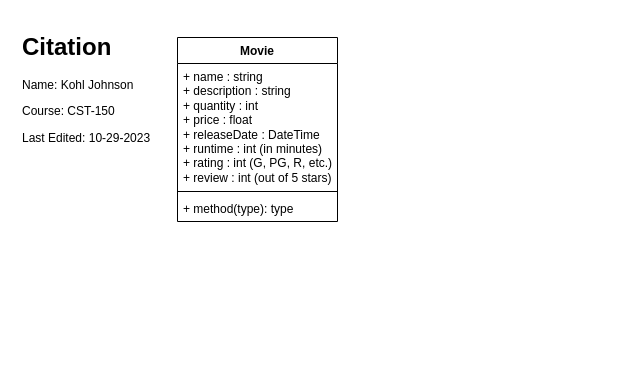
The draw.io diagram CST-150 (C#)/Designs/ClassUMLs.drawio in Kohl2233/KohlGCU, before the edit. Source tidied: cells renumbered, new cells numbered last; positions are measured from the earlier drawing's top-left corner, leaving out a move shared by most shapes. Both pictures are drawn from the tidied source at 100%, with x=0, y=0 at pixel (17, 27).
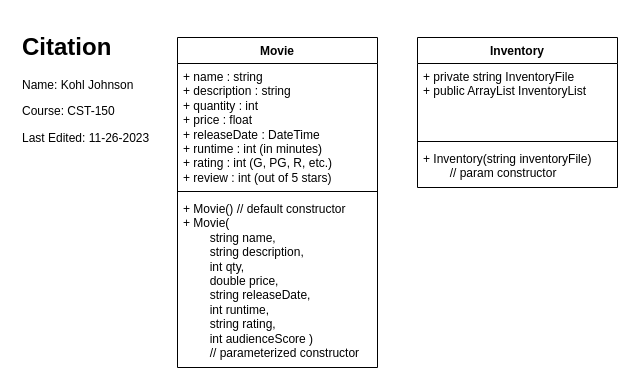
Above is the later version.

Change to the diagram source:
```diff
@@
 <mxGraphModel>
   <root>
     <mxCell id="0" />
     <mxCell id="1" parent="0" />
     <mxCell id="2" value="Movie" style="swimlane;fontStyle=1;align=center;verticalAlign=top;horizontal=1;startSize=26;whiteSpace=wrap;html=1;" parent="1" vertex="1">
-      <mxGeometry x="160" y="10" width="160" height="184" as="geometry" />
+      <mxGeometry x="160" y="10" width="200" height="330" as="geometry" />
     </mxCell>
     <mxCell id="3" value="+ name : string&lt;br&gt;+ description : string&lt;br&gt;+ quantity : int&lt;br&gt;+ price : float&lt;br&gt;+ releaseDate : DateTime&lt;br&gt;+ runtime : int (in minutes)&lt;br&gt;+ rating : int (G, PG, R, etc.)&lt;br&gt;+ review : int (out of 5 stars)" style="text;strokeColor=none;fillColor=none;align=left;verticalAlign=top;spacingLeft=4;spacingRight=4;overflow=hidden;whiteSpace=wrap;html=1;" parent="2" vertex="1">
-      <mxGeometry y="26" width="160" height="124" as="geometry" />
+      <mxGeometry y="26" width="200" height="124" as="geometry" />
     </mxCell>
     <mxCell id="4" style="line;strokeWidth=1;fillColor=none;align=left;verticalAlign=middle;spacingTop=-1;spacingLeft=3;spacingRight=3;labelPosition=right;strokeColor=inherit;" parent="2" vertex="1">
-      <mxGeometry y="150" width="160" height="8" as="geometry" />
+      <mxGeometry y="150" width="200" height="8" as="geometry" />
     </mxCell>
-    <mxCell id="5" value="+ method(type): type" style="text;strokeColor=none;fillColor=none;align=left;verticalAlign=top;spacingLeft=4;spacingRight=4;overflow=hidden;whiteSpace=wrap;html=1;" parent="2" vertex="1">
-      <mxGeometry y="158" width="160" height="26" as="geometry" />
+    <mxCell id="5" value="+ Movie() // default constructor&lt;br&gt;+ Movie(&lt;br&gt;&lt;span style=&quot;white-space: pre;&quot;&gt;&#9;&lt;/span&gt;string name,&lt;br&gt;&lt;span style=&quot;white-space: pre;&quot;&gt;&#9;&lt;/span&gt;string description,&lt;br&gt;&lt;span style=&quot;white-space: pre;&quot;&gt;&#9;&lt;/span&gt;int qty,&lt;br&gt;&lt;span style=&quot;white-space: pre;&quot;&gt;&#9;&lt;/span&gt;double price,&lt;br&gt;&lt;span style=&quot;white-space: pre;&quot;&gt;&#9;&lt;/span&gt;string releaseDate,&lt;br&gt;&lt;span style=&quot;white-space: pre;&quot;&gt;&#9;&lt;/span&gt;int runtime,&lt;br&gt;&lt;span style=&quot;white-space: pre;&quot;&gt;&#9;&lt;/span&gt;string rating,&lt;br&gt;&lt;span style=&quot;white-space: pre;&quot;&gt;&#9;&lt;/span&gt;int audienceScore )&lt;br&gt;&lt;span style=&quot;white-space: pre;&quot;&gt;&#9;&lt;/span&gt;// parameterized constructor" style="text;strokeColor=none;fillColor=none;align=left;verticalAlign=top;spacingLeft=4;spacingRight=4;overflow=hidden;whiteSpace=wrap;html=1;" parent="2" vertex="1">
+      <mxGeometry y="158" width="200" height="172" as="geometry" />
     </mxCell>
-    <mxCell id="6" value="&lt;h1 style=&quot;border-color: var(--border-color);&quot;&gt;Citation&lt;/h1&gt;&lt;h1&gt;&lt;p style=&quot;border-color: var(--border-color); font-size: 12px; font-weight: 400;&quot;&gt;Name: Kohl Johnson&lt;/p&gt;&lt;p style=&quot;border-color: var(--border-color); font-size: 12px; font-weight: 400;&quot;&gt;Course: CST-150&lt;/p&gt;&lt;p style=&quot;border-color: var(--border-color); font-size: 12px; font-weight: 400;&quot;&gt;Last Edited: 10-29-2023&lt;/p&gt;&lt;/h1&gt;" style="text;html=1;strokeColor=none;fillColor=none;spacing=5;spacingTop=-20;whiteSpace=wrap;overflow=hidden;rounded=0;" parent="1" vertex="1">
+    <mxCell id="6" value="&lt;h1 style=&quot;border-color: var(--border-color);&quot;&gt;Citation&lt;/h1&gt;&lt;h1&gt;&lt;p style=&quot;border-color: var(--border-color); font-size: 12px; font-weight: 400;&quot;&gt;Name: Kohl Johnson&lt;/p&gt;&lt;p style=&quot;border-color: var(--border-color); font-size: 12px; font-weight: 400;&quot;&gt;Course: CST-150&lt;/p&gt;&lt;p style=&quot;border-color: var(--border-color); font-size: 12px; font-weight: 400;&quot;&gt;Last Edited: 11-26-2023&lt;/p&gt;&lt;/h1&gt;" style="text;html=1;strokeColor=none;fillColor=none;spacing=5;spacingTop=-20;whiteSpace=wrap;overflow=hidden;rounded=0;" parent="1" vertex="1">
       <mxGeometry width="190" height="120" as="geometry" />
     </mxCell>
+    <mxCell id="7" value="Inventory" style="swimlane;fontStyle=1;align=center;verticalAlign=top;horizontal=1;startSize=26;whiteSpace=wrap;html=1;" parent="1" vertex="1">
+      <mxGeometry x="400" y="10" width="200" height="150" as="geometry" />
+    </mxCell>
+    <mxCell id="8" value="+ private string InventoryFile&lt;br&gt;+ public ArrayList InventoryList" style="text;strokeColor=none;fillColor=none;align=left;verticalAlign=top;spacingLeft=4;spacingRight=4;overflow=hidden;whiteSpace=wrap;html=1;" parent="7" vertex="1">
+      <mxGeometry y="26" width="200" height="74" as="geometry" />
+    </mxCell>
+    <mxCell id="9" style="line;strokeWidth=1;fillColor=none;align=left;verticalAlign=middle;spacingTop=-1;spacingLeft=3;spacingRight=3;labelPosition=right;strokeColor=inherit;" parent="7" vertex="1">
+      <mxGeometry y="100" width="200" height="8" as="geometry" />
+    </mxCell>
+    <mxCell id="10" value="+ Inventory(string inventoryFile)&amp;nbsp;&lt;br&gt;&lt;span style=&quot;white-space: pre;&quot;&gt;&#9;&lt;/span&gt;// param constructor" style="text;strokeColor=none;fillColor=none;align=left;verticalAlign=top;spacingLeft=4;spacingRight=4;overflow=hidden;whiteSpace=wrap;html=1;" parent="7" vertex="1">
+      <mxGeometry y="108" width="200" height="42" as="geometry" />
+    </mxCell>
   </root>
 </mxGraphModel>
```
